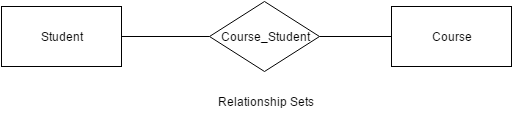
Above: diagram/relationship.png in jackey1510/TopicsInCS (draw.io), before the change. Source tidied: cells renumbered, new cells last; positions are measured from the earlier drawing's top-left corner, leaving out a move shared by most shapes. Source of this version:
```xml
<mxGraphModel background="#ffffff">
  <root>
    <mxCell id="0" />
    <mxCell id="1" parent="0" />
    <mxCell id="2" style="edgeStyle=none;rounded=0;html=1;exitX=1;exitY=0.5;endArrow=none;endFill=0;jettySize=auto;" parent="1" edge="1" source="3" target="6">
      <mxGeometry relative="1" as="geometry" />
    </mxCell>
    <mxCell id="3" value="Student" style="whiteSpace=wrap;html=1;strokeWidth=1;" parent="1" vertex="1">
      <mxGeometry y="5" width="120" height="60" as="geometry" />
    </mxCell>
    <mxCell id="4" value="Course" style="whiteSpace=wrap;html=1;strokeWidth=1;" parent="1" vertex="1">
      <mxGeometry x="390" y="5" width="120" height="60" as="geometry" />
    </mxCell>
    <mxCell id="5" style="edgeStyle=none;rounded=0;html=1;exitX=1;exitY=0.5;entryX=0;entryY=0.5;endArrow=none;endFill=0;jettySize=auto;" parent="1" edge="1" source="6" target="4">
      <mxGeometry relative="1" as="geometry" />
    </mxCell>
    <mxCell id="6" value="Course_Student" style="rhombus;whiteSpace=wrap;html=1;strokeWidth=1;" parent="1" vertex="1">
      <mxGeometry x="208" width="110" height="70" as="geometry" />
    </mxCell>
    <mxCell id="7" value="Relationship Sets" style="text;html=1;strokeColor=none;fillColor=none;align=center;verticalAlign=middle;whiteSpace=wrap;" parent="1" vertex="1">
      <mxGeometry x="195" y="85" width="137" height="30" as="geometry" />
    </mxCell>
  </root>
</mxGraphModel>
```
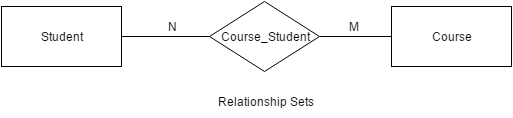
The same file after the commit.

What changed in the source:
```diff
@@ -20,5 +20,11 @@
     <mxCell id="7" value="Relationship Sets" style="text;html=1;strokeColor=none;fillColor=none;align=center;verticalAlign=middle;whiteSpace=wrap;" parent="1" vertex="1">
       <mxGeometry x="195" y="85" width="137" height="30" as="geometry" />
     </mxCell>
+    <mxCell id="8" value="N" style="text;html=1;strokeColor=none;fillColor=none;align=center;verticalAlign=middle;whiteSpace=wrap;" parent="1" vertex="1">
+      <mxGeometry x="150" y="15" width="40" height="20" as="geometry" />
+    </mxCell>
+    <mxCell id="9" value="M" style="text;html=1;strokeColor=none;fillColor=none;align=center;verticalAlign=middle;whiteSpace=wrap;" parent="1" vertex="1">
+      <mxGeometry x="332" y="15" width="40" height="20" as="geometry" />
+    </mxCell>
   </root>
 </mxGraphModel>
```
